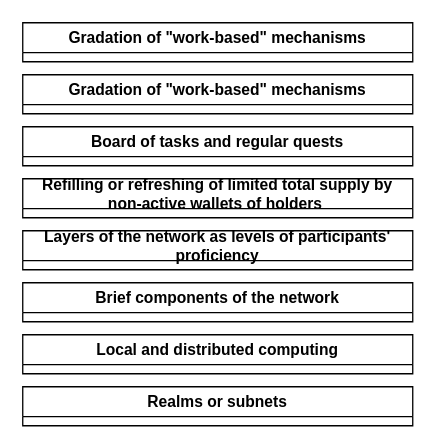
Earlier version of the draw.io diagram paper/diagrams.drawio (NoyanTM/iccsfai-2026_research-paper). Source tidied: cells renumbered, new cells numbered last; positions are measured from the earlier drawing's top-left corner, leaving out a move shared by most shapes. Both pictures are drawn from the tidied source at 130%, with x=0, y=0 at pixel (22, 22).
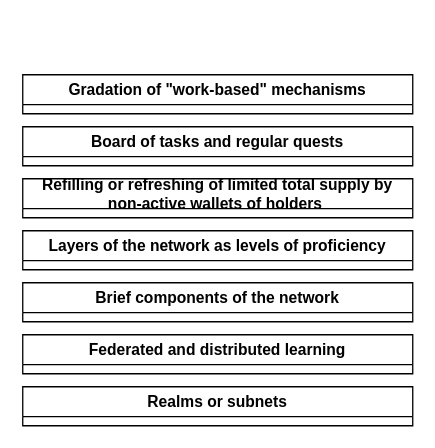
After the change.

Change to the diagram source:
```diff
@@
 <mxGraphModel>
   <root>
     <mxCell id="0" />
     <mxCell id="1" parent="0" />
     <mxCell id="2" value="Gradation of &quot;work-based&quot; mechanisms" style="swimlane;whiteSpace=wrap;html=1;" parent="1" vertex="1" collapsed="1">
-      <mxGeometry width="300" height="30" as="geometry" />
+      <mxGeometry y="40" width="300" height="30" as="geometry" />
     </mxCell>
     <mxCell id="3" value="Board of tasks and regular quests" style="swimlane;whiteSpace=wrap;html=1;startSize=23;" parent="1" vertex="1" collapsed="1">
       <mxGeometry y="80" width="300" height="30" as="geometry" />
     </mxCell>
     <mxCell id="4" value="Brief components of the network" style="swimlane;whiteSpace=wrap;html=1;" parent="1" vertex="1" collapsed="1">
       <mxGeometry y="200" width="300" height="30" as="geometry" />
     </mxCell>
-    <mxCell id="5" value="Layers of the network as levels of participants' proficiency" style="swimlane;whiteSpace=wrap;html=1;" parent="1" vertex="1" collapsed="1">
+    <mxCell id="5" value="Layers of the network as levels of proficiency" style="swimlane;whiteSpace=wrap;html=1;" parent="1" vertex="1" collapsed="1">
       <mxGeometry y="160" width="300" height="30" as="geometry" />
     </mxCell>
-    <mxCell id="6" value="Gradation of &quot;work-based&quot; mechanisms" style="swimlane;whiteSpace=wrap;html=1;" parent="1" vertex="1" collapsed="1">
-      <mxGeometry y="40" width="300" height="30" as="geometry" />
-    </mxCell>
     <mxCell id="7" value="Refilling or refreshing of limited total supply by non-active wallets of holders&amp;nbsp;" style="swimlane;whiteSpace=wrap;html=1;" parent="1" vertex="1" collapsed="1">
       <mxGeometry y="120" width="300" height="30" as="geometry" />
     </mxCell>
-    <mxCell id="8" value="Local and distributed computing" style="swimlane;whiteSpace=wrap;html=1;" parent="1" vertex="1" collapsed="1">
+    <mxCell id="8" value="Federated and distributed learning" style="swimlane;whiteSpace=wrap;html=1;" parent="1" vertex="1" collapsed="1">
       <mxGeometry y="240" width="300" height="30" as="geometry" />
     </mxCell>
     <mxCell id="9" value="Realms or subnets" style="swimlane;whiteSpace=wrap;html=1;" parent="1" vertex="1" collapsed="1">
       <mxGeometry y="280" width="300" height="30" as="geometry" />
     </mxCell>
   </root>
 </mxGraphModel>
```
